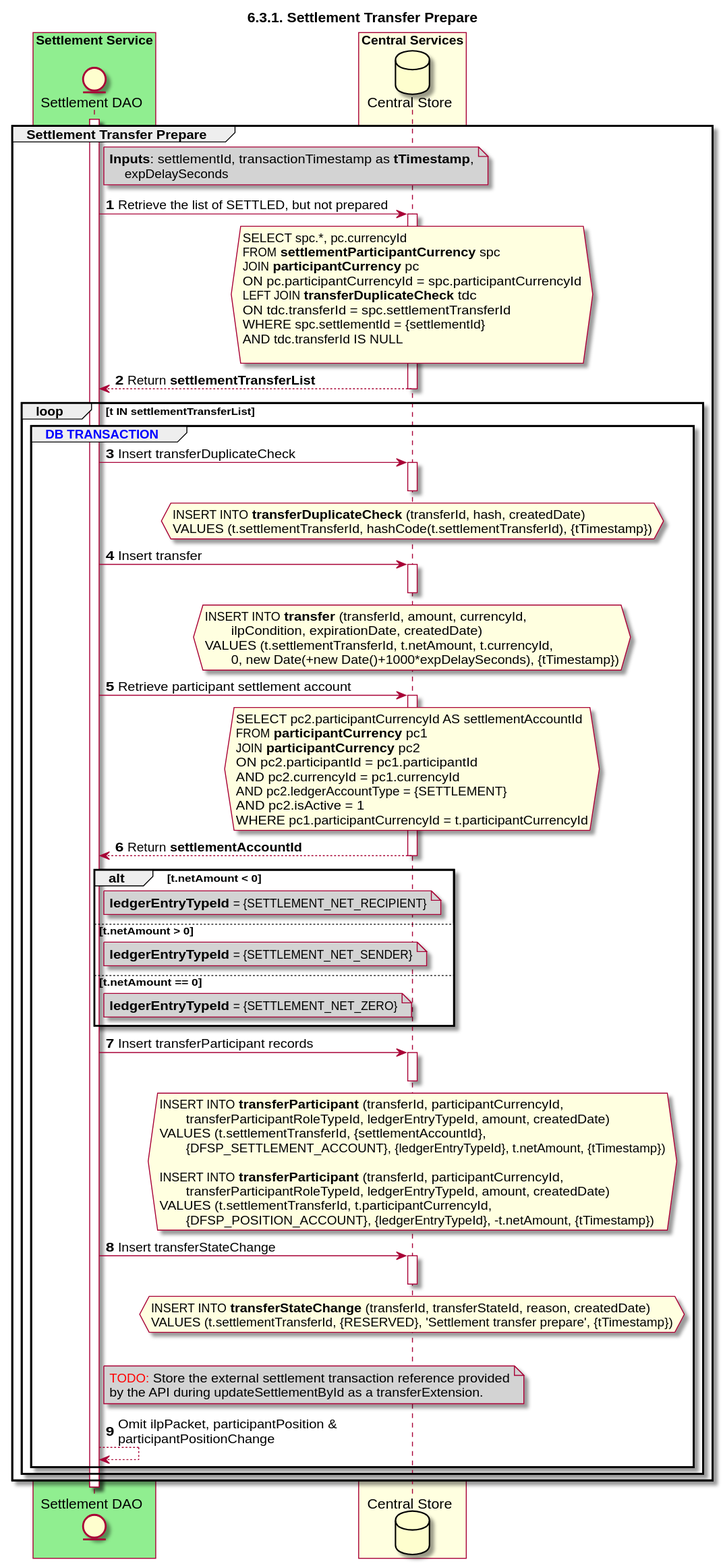
Earlier version of the PlantUML export CentralServices/seq_diagrams/seq-settransfer-6.3.1-prepare.svg (ggrg/docs). Source of this version:
```plantuml
@startuml
title 6.3.1. Settlement Transfer Prepare
autonumber

entity "Settlement DAO" as SETTLE_DAO
database "Central Store" as DB

box "Settlement Service" #lightgreen
    participant SETTLE_DAO
end box

box "Central Services" #lightyellow
    participant DB
end box

activate SETTLE_DAO
group Settlement Transfer Prepare
    note right of SETTLE_DAO #lightgray
        **Inputs**: settlementId, transactionTimestamp as **tTimestamp**,
            expDelaySeconds
    end note
    SETTLE_DAO -> DB: Retrieve the list of SETTLED, but not prepared
    activate DB
    hnote over DB #lightyellow
        SELECT spc.*, pc.currencyId
        FROM **settlementParticipantCurrency** spc
        JOIN **participantCurrency** pc
        ON pc.participantCurrencyId = spc.participantCurrencyId
        LEFT JOIN **transferDuplicateCheck** tdc
        ON tdc.transferId = spc.settlementTransferId
        WHERE spc.settlementId = {settlementId}
        AND tdc.transferId IS NULL

    end hnote
    DB --> SETTLE_DAO: Return **settlementTransferList**
    deactivate DB
    loop t IN settlementTransferList
        group <color #blue>DB TRANSACTION</color>
            SETTLE_DAO -> DB: Insert transferDuplicateCheck
            activate DB
            hnote over DB #lightyellow
                INSERT INTO **transferDuplicateCheck** (transferId, hash, createdDate)
                VALUES (t.settlementTransferId, hashCode(t.settlementTransferId), {tTimestamp})
            end hnote
            deactivate DB
            SETTLE_DAO -> DB: Insert transfer
            activate DB
            hnote over DB #lightyellow
                INSERT INTO **transfer** (transferId, amount, currencyId,
                       ilpCondition, expirationDate, createdDate)
                VALUES (t.settlementTransferId, t.netAmount, t.currencyId,
                       0, new Date(+new Date()+1000*expDelaySeconds), {tTimestamp})
            end hnote
            deactivate DB
            SETTLE_DAO -> DB: Retrieve participant settlement account
            activate DB
            hnote over DB #lightyellow
                SELECT pc2.participantCurrencyId AS settlementAccountId
                FROM **participantCurrency** pc1
                JOIN **participantCurrency** pc2
                ON pc2.participantId = pc1.participantId
                AND pc2.currencyId = pc1.currencyId
                AND pc2.ledgerAccountType = {SETTLEMENT}
                AND pc2.isActive = 1
                WHERE pc1.participantCurrencyId = t.participantCurrencyId
            end hnote
            DB --> SETTLE_DAO: Return **settlementAccountId**
            deactivate DB
            alt t.netAmount < 0
                note right of SETTLE_DAO #lightgray
                    **ledgerEntryTypeId** = {SETTLEMENT_NET_RECIPIENT}
                end note
            else t.netAmount > 0
                note right of SETTLE_DAO #lightgray
                    **ledgerEntryTypeId** = {SETTLEMENT_NET_SENDER}
                end note
            else t.netAmount == 0
                note right of SETTLE_DAO #lightgray
                    **ledgerEntryTypeId** = {SETTLEMENT_NET_ZERO}
                end note
            end
            SETTLE_DAO -> DB: Insert transferParticipant records
            activate DB
            hnote over DB #lightyellow
                INSERT INTO **transferParticipant** (transferId, participantCurrencyId,
                       transferParticipantRoleTypeId, ledgerEntryTypeId, amount, createdDate)
                VALUES (t.settlementTransferId, {settlementAccountId},
                       {DFSP_SETTLEMENT_ACCOUNT}, {ledgerEntryTypeId}, t.netAmount, {tTimestamp})

                INSERT INTO **transferParticipant** (transferId, participantCurrencyId,
                       transferParticipantRoleTypeId, ledgerEntryTypeId, amount, createdDate)
                VALUES (t.settlementTransferId, t.participantCurrencyId,
                       {DFSP_POSITION_ACCOUNT}, {ledgerEntryTypeId}, -t.netAmount, {tTimestamp})
            end hnote
            deactivate DB
            SETTLE_DAO -> DB: Insert transferStateChange
            activate DB
            hnote over DB #lightyellow
                INSERT INTO **transferStateChange** (transferId, transferStateId, reason, createdDate)
                VALUES (t.settlementTransferId, {RESERVED}, 'Settlement transfer prepare', {tTimestamp})
            end hnote
            deactivate DB
            |||
            note right of SETTLE_DAO #lightgray
                <color #red>TODO:</color> Store the external settlement transaction reference provided
                by the API during updateSettlementById as a transferExtension.
            end note
            SETTLE_DAO --> SETTLE_DAO: Omit ilpPacket, participantPosition &\nparticipantPositionChange
        end
    end
end
deactivate SETTLE_DAO

@enduml
```
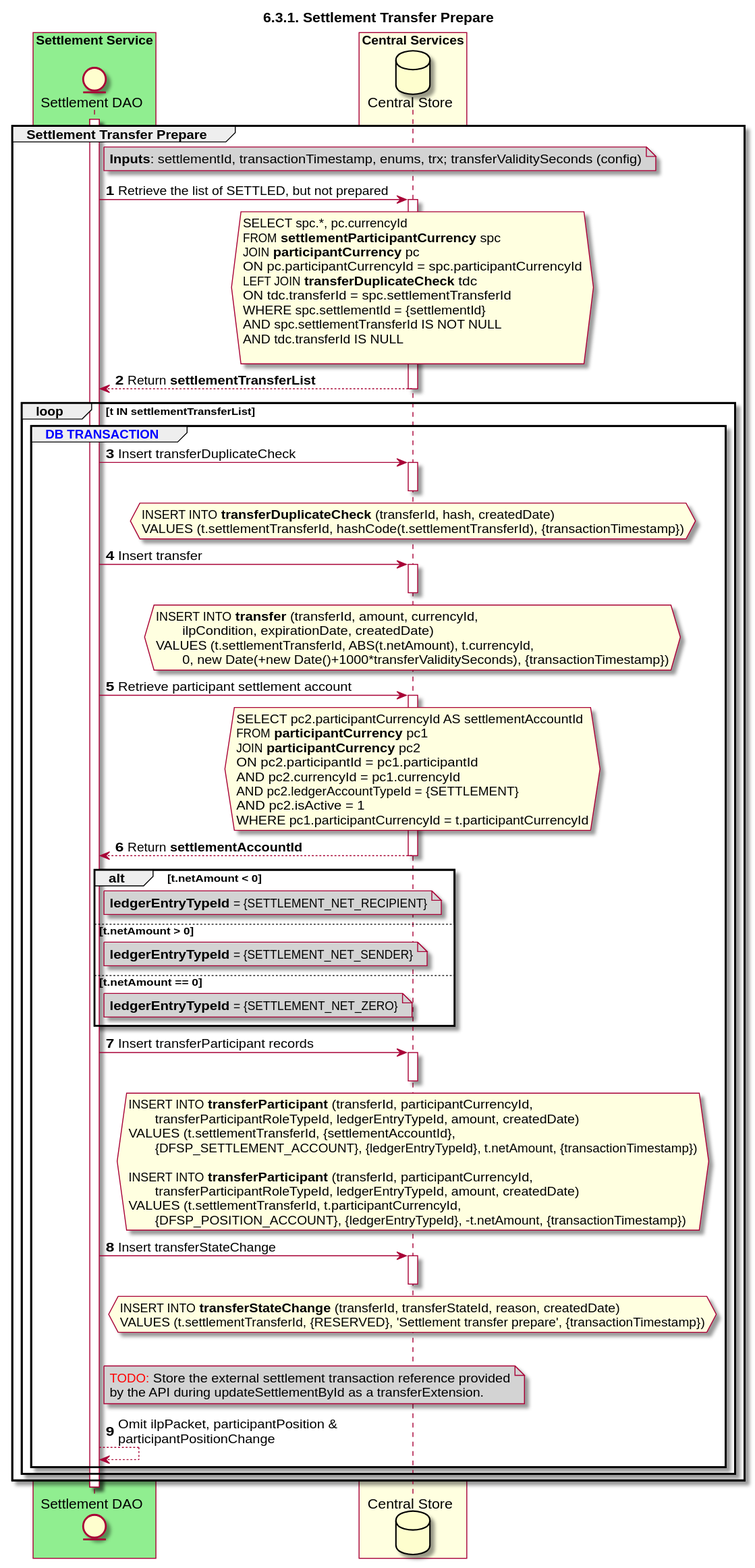
The same file after the commit.

Commit message:
Feature/461 Settlement Transfer - Implementation specific changes (#85)

The edit, as a diff of the source:
```diff
@@ -16,8 +16,7 @@
 activate SETTLE_DAO
 group Settlement Transfer Prepare
     note right of SETTLE_DAO #lightgray
-        **Inputs**: settlementId, transactionTimestamp as **tTimestamp**,
-            expDelaySeconds
+        **Inputs**: settlementId, transactionTimestamp, enums, trx; transferValiditySeconds (config)
     end note
     SETTLE_DAO -> DB: Retrieve the list of SETTLED, but not prepared
     activate DB
@@ -29,6 +28,7 @@
         LEFT JOIN **transferDuplicateCheck** tdc
         ON tdc.transferId = spc.settlementTransferId
         WHERE spc.settlementId = {settlementId}
+        AND spc.settlementTransferId IS NOT NULL
         AND tdc.transferId IS NULL
 
     end hnote
@@ -40,7 +40,7 @@
             activate DB
             hnote over DB #lightyellow
                 INSERT INTO **transferDuplicateCheck** (transferId, hash, createdDate)
-                VALUES (t.settlementTransferId, hashCode(t.settlementTransferId), {tTimestamp})
+                VALUES (t.settlementTransferId, hashCode(t.settlementTransferId), {transactionTimestamp})
             end hnote
             deactivate DB
             SETTLE_DAO -> DB: Insert transfer
@@ -48,8 +48,8 @@
             hnote over DB #lightyellow
                 INSERT INTO **transfer** (transferId, amount, currencyId,
                        ilpCondition, expirationDate, createdDate)
-                VALUES (t.settlementTransferId, t.netAmount, t.currencyId,
-                       0, new Date(+new Date()+1000*expDelaySeconds), {tTimestamp})
+                VALUES (t.settlementTransferId, ABS(t.netAmount), t.currencyId,
+                       0, new Date(+new Date()+1000*transferValiditySeconds), {transactionTimestamp})
             end hnote
             deactivate DB
             SETTLE_DAO -> DB: Retrieve participant settlement account
@@ -60,7 +60,7 @@
                 JOIN **participantCurrency** pc2
                 ON pc2.participantId = pc1.participantId
                 AND pc2.currencyId = pc1.currencyId
-                AND pc2.ledgerAccountType = {SETTLEMENT}
+                AND pc2.ledgerAccountTypeId = {SETTLEMENT}
                 AND pc2.isActive = 1
                 WHERE pc1.participantCurrencyId = t.participantCurrencyId
             end hnote
@@ -85,19 +85,19 @@
                 INSERT INTO **transferParticipant** (transferId, participantCurrencyId,
                        transferParticipantRoleTypeId, ledgerEntryTypeId, amount, createdDate)
                 VALUES (t.settlementTransferId, {settlementAccountId},
-                       {DFSP_SETTLEMENT_ACCOUNT}, {ledgerEntryTypeId}, t.netAmount, {tTimestamp})
+                       {DFSP_SETTLEMENT_ACCOUNT}, {ledgerEntryTypeId}, t.netAmount, {transactionTimestamp})
 
                 INSERT INTO **transferParticipant** (transferId, participantCurrencyId,
                        transferParticipantRoleTypeId, ledgerEntryTypeId, amount, createdDate)
                 VALUES (t.settlementTransferId, t.participantCurrencyId,
-                       {DFSP_POSITION_ACCOUNT}, {ledgerEntryTypeId}, -t.netAmount, {tTimestamp})
+                       {DFSP_POSITION_ACCOUNT}, {ledgerEntryTypeId}, -t.netAmount, {transactionTimestamp})
             end hnote
             deactivate DB
             SETTLE_DAO -> DB: Insert transferStateChange
             activate DB
             hnote over DB #lightyellow
                 INSERT INTO **transferStateChange** (transferId, transferStateId, reason, createdDate)
-                VALUES (t.settlementTransferId, {RESERVED}, 'Settlement transfer prepare', {tTimestamp})
+                VALUES (t.settlementTransferId, {RESERVED}, 'Settlement transfer prepare', {transactionTimestamp})
             end hnote
             deactivate DB
             |||
```
